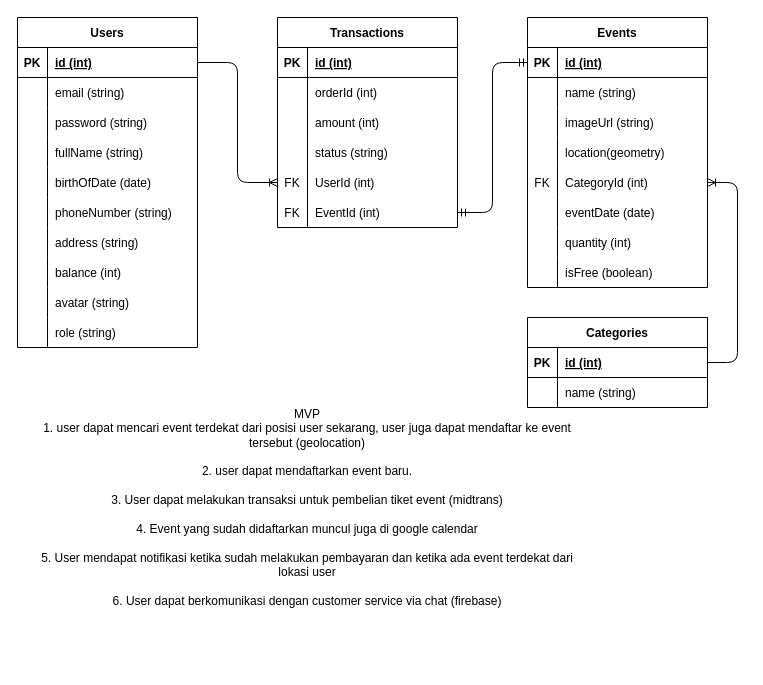
HCK71-FP-Event/server keeps this draw.io diagram as db-schema.drawio. Above is the earlier version. Source tidied: cells renumbered, new cells numbered last; positions are measured from the earlier drawing's top-left corner, leaving out a move shared by most shapes. Both pictures are drawn from the tidied source at 100%, with x=0, y=0 at pixel (17, 17).
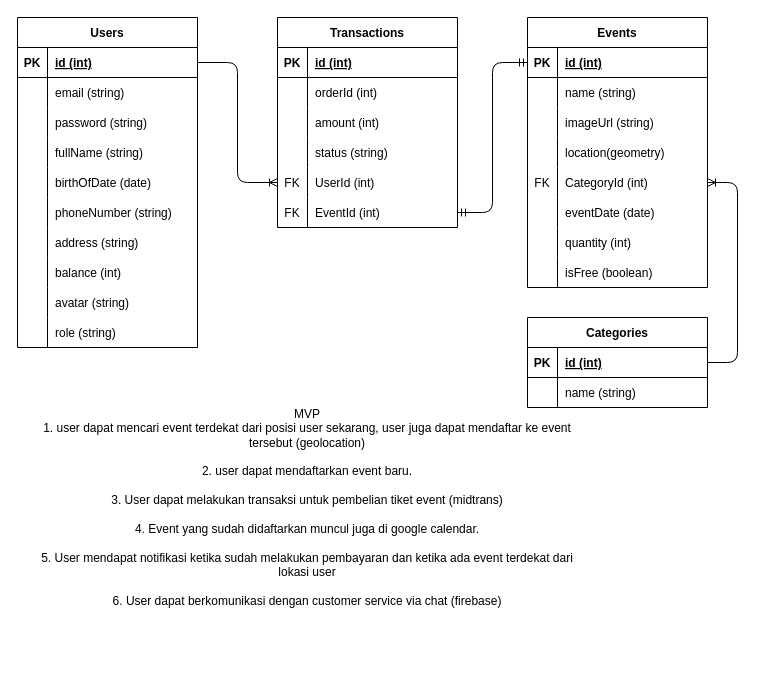
Above is the later version.

Diff of the diagram source:
```diff
@@
-    <mxCell id="87" value="MVP&lt;br&gt;1.&amp;nbsp;&lt;span style=&quot;text-align: left; background-color: initial;&quot;&gt;user dapat mencari event terdekat dari posisi user sekarang, user juga dapat mendaftar ke event tersebut (geolocation)&lt;br&gt;&lt;br&gt;2.&amp;nbsp;&lt;/span&gt;&lt;span style=&quot;text-align: left; background-color: initial;&quot;&gt;user dapat mendaftarkan event baru.&lt;br&gt;&lt;br&gt;3. User dapat melakukan transaksi untuk pembelian tiket event (midtrans)&lt;br&gt;&lt;br&gt;4. Event yang sudah didaftarkan muncul juga di google calendar&lt;br&gt;&lt;br&gt;5. User mendapat notifikasi ketika sudah melakukan pembayaran dan ketika ada event terdekat dari lokasi user&lt;br&gt;&lt;br&gt;6. User dapat berkomunikasi dengan customer service via chat (firebase)&lt;br&gt;&lt;/span&gt;" style="text;strokeColor=none;align=center;fillColor=none;html=1;verticalAlign=middle;whiteSpace=wrap;rounded=0;" parent="1" vertex="1">
+    <mxCell id="87" value="MVP&lt;br&gt;1.&amp;nbsp;&lt;span style=&quot;text-align: left; background-color: initial;&quot;&gt;user dapat mencari event terdekat dari posisi user sekarang, user juga dapat mendaftar ke event tersebut (geolocation)&lt;br&gt;&lt;br&gt;2.&amp;nbsp;&lt;/span&gt;&lt;span style=&quot;text-align: left; background-color: initial;&quot;&gt;user dapat mendaftarkan event baru.&lt;br&gt;&lt;br&gt;3. User dapat melakukan transaksi untuk pembelian tiket event (midtrans)&lt;br&gt;&lt;br&gt;4. Event yang sudah didaftarkan muncul juga di google calendar.&lt;br&gt;&lt;br&gt;5. User mendapat notifikasi ketika sudah melakukan pembayaran dan ketika ada event terdekat dari lokasi user&lt;br&gt;&lt;br&gt;6. User dapat berkomunikasi dengan customer service via chat (firebase)&lt;br&gt;&lt;/span&gt;" style="text;strokeColor=none;align=center;fillColor=none;html=1;verticalAlign=middle;whiteSpace=wrap;rounded=0;" parent="1" vertex="1">
       <mxGeometry x="20" y="330" width="540" height="320" as="geometry" />
     </mxCell>
```
